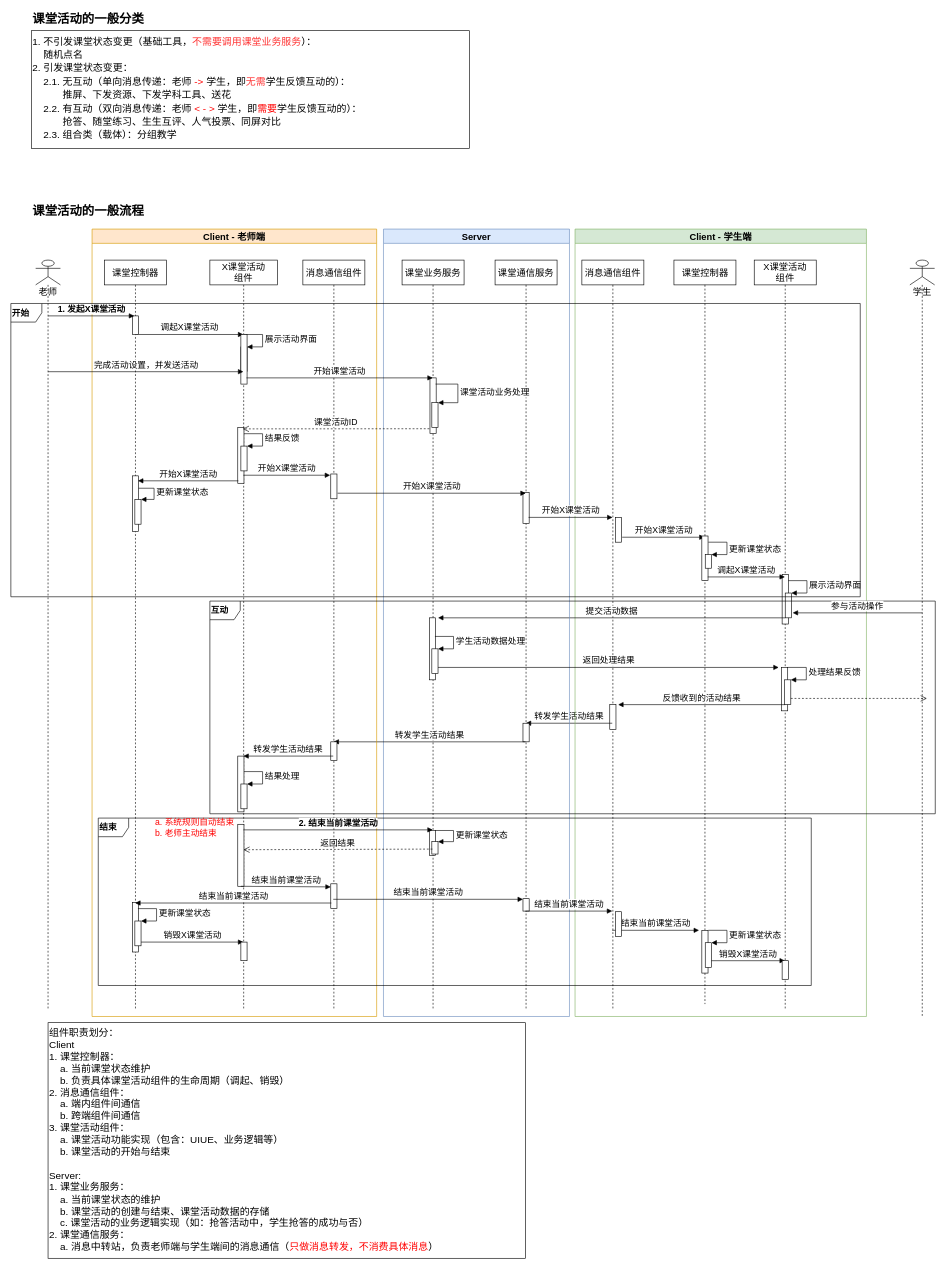
Earlier version of the draw.io diagram page "课堂活动的标准规范" (5 of 6) of K12-智慧教室.drawio (TinlerLin/SmartClassroom). Source tidied: cells renumbered, new cells numbered last; positions are measured from the earlier drawing's top-left corner, leaving out a move shared by most shapes. Both pictures are drawn from the tidied source at 62%, with x=0, y=0 at pixel (11, 12).
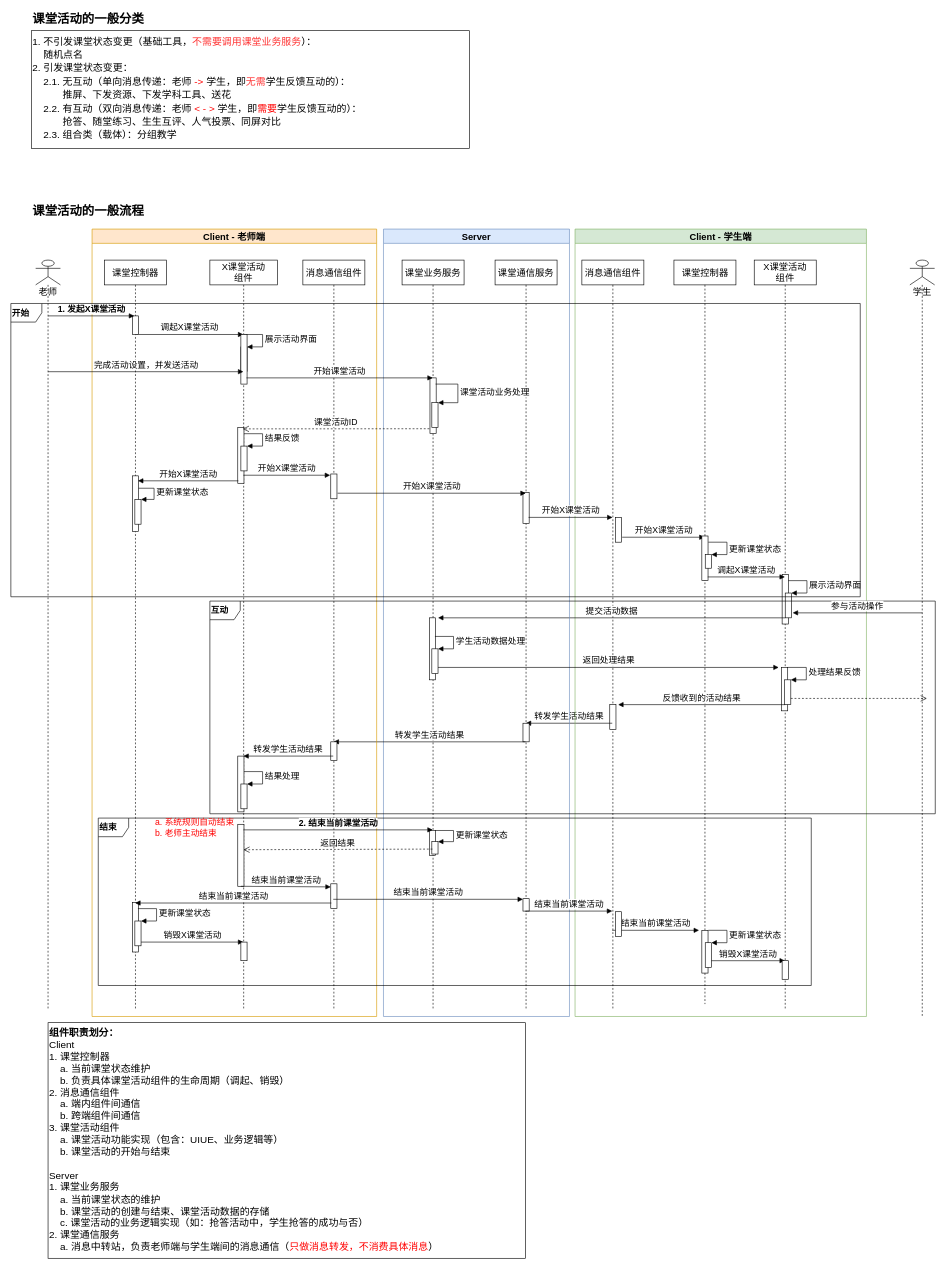
Above is the later version.

Diff of the diagram source:
```diff
@@
-    <mxCell id="98" value="&lt;font style=&quot;font-size: 16px&quot;&gt;组件职责划分：&lt;br&gt;Client&lt;br&gt;1. 课堂控制器：&lt;br&gt;&amp;nbsp; &amp;nbsp; a. 当前课堂状态维护&lt;br&gt;&amp;nbsp; &amp;nbsp; b. 负责具体课堂活动组件的生命周期（调起、销毁）&lt;br&gt;2. 消息通信组件：&lt;br&gt;&amp;nbsp; &amp;nbsp; a. 端内组件间通信&lt;br&gt;&amp;nbsp; &amp;nbsp; b. 跨端组件间通信&lt;br&gt;3. 课堂活动组件：&lt;br&gt;&amp;nbsp; &amp;nbsp; a. 课堂活动功能实现（包含：UIUE、业务逻辑等）&lt;br&gt;&amp;nbsp; &amp;nbsp; b. 课堂活动的开始与结束&lt;br&gt;&lt;br&gt;Server:&lt;br&gt;1. 课堂业务服务：&lt;br&gt;&amp;nbsp; &amp;nbsp; a. 当前课堂状态的维护&lt;br&gt;&amp;nbsp; &amp;nbsp; b. 课堂活动的创建与结束、课堂活动数据的存储&lt;br&gt;&amp;nbsp; &amp;nbsp; c. 课堂活动的业务逻辑实现（如：抢答活动中，学生抢答的成功与否）&lt;br&gt;2. 课堂通信服务：&lt;br&gt;&amp;nbsp; &amp;nbsp; a. 消息中转站，负责老师端与学生端间的消息通信（&lt;font color=&quot;#ff0000&quot; style=&quot;font-size: 16px&quot;&gt;只做消息转发，不消费具体消息&lt;/font&gt;）&lt;br&gt;&lt;/font&gt;" style="text;html=1;fillColor=none;align=left;verticalAlign=top;whiteSpace=wrap;rounded=0;labelBackgroundColor=none;fontSize=14;strokeColor=#000000;" parent="1" vertex="1">
+    <mxCell id="98" value="&lt;font style=&quot;font-size: 16px&quot;&gt;&lt;b&gt;组件职责划分：&lt;/b&gt;&lt;br&gt;Client&lt;br&gt;1. 课堂控制器&lt;br&gt;&amp;nbsp; &amp;nbsp; a. 当前课堂状态维护&lt;br&gt;&amp;nbsp; &amp;nbsp; b. 负责具体课堂活动组件的生命周期（调起、销毁）&lt;br&gt;2. 消息通信组件&lt;br&gt;&amp;nbsp; &amp;nbsp; a. 端内组件间通信&lt;br&gt;&amp;nbsp; &amp;nbsp; b. 跨端组件间通信&lt;br&gt;3. 课堂活动组件&lt;br&gt;&amp;nbsp; &amp;nbsp; a. 课堂活动功能实现（包含：UIUE、业务逻辑等）&lt;br&gt;&amp;nbsp; &amp;nbsp; b. 课堂活动的开始与结束&lt;br&gt;&lt;br&gt;Server&lt;br&gt;1. 课堂业务服务&lt;br&gt;&amp;nbsp; &amp;nbsp; a. 当前课堂状态的维护&lt;br&gt;&amp;nbsp; &amp;nbsp; b. 课堂活动的创建与结束、课堂活动数据的存储&lt;br&gt;&amp;nbsp; &amp;nbsp; c. 课堂活动的业务逻辑实现（如：抢答活动中，学生抢答的成功与否）&lt;br&gt;2. 课堂通信服务&lt;br&gt;&amp;nbsp; &amp;nbsp; a. 消息中转站，负责老师端与学生端间的消息通信（&lt;font color=&quot;#ff0000&quot; style=&quot;font-size: 16px&quot;&gt;只做消息转发，不消费具体消息&lt;/font&gt;）&lt;br&gt;&lt;/font&gt;" style="text;html=1;fillColor=none;align=left;verticalAlign=top;whiteSpace=wrap;rounded=0;labelBackgroundColor=none;fontSize=14;strokeColor=#000000;" parent="1" vertex="1">
       <mxGeometry x="60" y="1630" width="770" height="380" as="geometry" />
     </mxCell>
```
